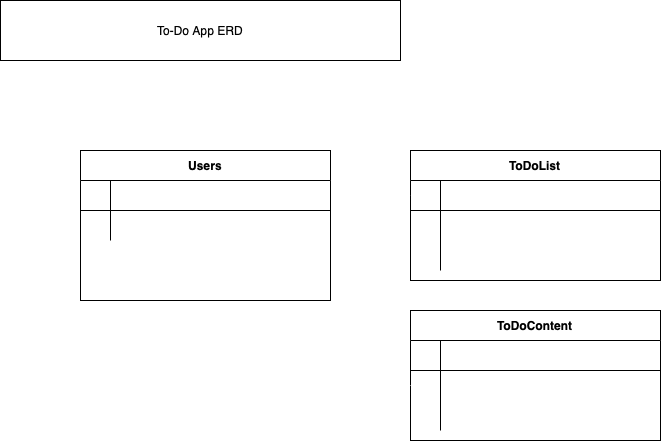
Above: To-Do App Register ERD.png in imaneya/clush-todo-backend (draw.io), before the change. Source tidied: cells renumbered, new cells last; positions are measured from the earlier drawing's top-left corner, leaving out a move shared by most shapes.
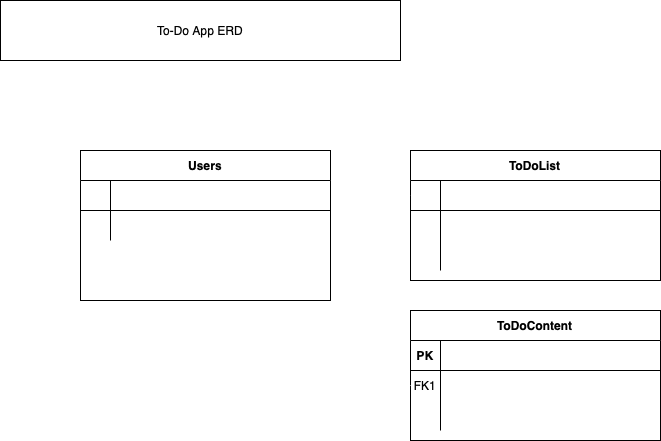
After the commit.

What changed in the source:
```diff
@@ -38,7 +38,7 @@
     <mxCell id="13" style="shape=partialRectangle;fillColor=none;top=0;left=0;right=0;bottom=1;fontColor=#FFFFFF;" parent="12" vertex="1">
       <mxGeometry y="30" width="250" height="30" as="geometry" />
     </mxCell>
-    <mxCell id="14" value="PK" style="shape=partialRectangle;overflow=hidden;fillColor=none;top=0;left=0;bottom=0;right=0;fontStyle=1;fontColor=#FFFFFF;" parent="13" vertex="1">
+    <mxCell id="14" value="PK" style="shape=partialRectangle;overflow=hidden;fillColor=none;top=0;left=0;bottom=0;right=0;fontStyle=1;fontColor=#000000;" parent="13" vertex="1">
       <mxGeometry width="30" height="30" as="geometry" />
     </mxCell>
     <mxCell id="15" value="idx int" style="shape=partialRectangle;overflow=hidden;fillColor=none;top=0;left=0;bottom=0;right=0;align=left;spacingLeft=6;fontStyle=5;fontColor=#FFFFFF;" parent="13" vertex="1">
@@ -47,7 +47,7 @@
     <mxCell id="16" style="shape=partialRectangle;fillColor=none;points=[[0,0.5],[1,0.5]];portConstraint=eastwest;top=0;left=0;right=0;bottom=0;fontColor=#FFFFFF;" parent="12" vertex="1">
       <mxGeometry y="60" width="250" height="30" as="geometry" />
     </mxCell>
-    <mxCell id="17" value="FK1" style="shape=partialRectangle;overflow=hidden;fillColor=none;top=0;left=0;bottom=0;right=0;fontColor=#FFFFFF;" parent="16" vertex="1">
+    <mxCell id="17" value="FK1" style="shape=partialRectangle;overflow=hidden;fillColor=none;top=0;left=0;bottom=0;right=0;fontColor=#000000;" parent="16" vertex="1">
       <mxGeometry width="30" height="30" as="geometry" />
     </mxCell>
     <mxCell id="18" value="listed int" style="shape=partialRectangle;overflow=hidden;fillColor=none;top=0;left=0;bottom=0;right=0;align=left;spacingLeft=6;fontColor=#FFFFFF;" parent="16" vertex="1">
@@ -56,7 +56,7 @@
     <mxCell id="19" style="shape=partialRectangle;fillColor=none;top=0;left=0;right=0;bottom=0;fontColor=#FFFFFF;" parent="12" vertex="1">
       <mxGeometry y="90" width="250" height="30" as="geometry" />
     </mxCell>
-    <mxCell id="20" style="shape=partialRectangle;overflow=hidden;fillColor=none;top=0;left=0;bottom=0;right=0;fontColor=#FFFFFF;" parent="19" vertex="1">
+    <mxCell id="20" style="shape=partialRectangle;overflow=hidden;fillColor=none;top=0;left=0;bottom=0;right=0;fontColor=#000000;" parent="19" vertex="1">
       <mxGeometry width="30" height="30" as="geometry" />
     </mxCell>
     <mxCell id="21" value="context varchar255" style="shape=partialRectangle;overflow=hidden;fillColor=none;top=0;left=0;bottom=0;right=0;align=left;spacingLeft=6;fontColor=#FFFFFF;" parent="19" vertex="1">
```
